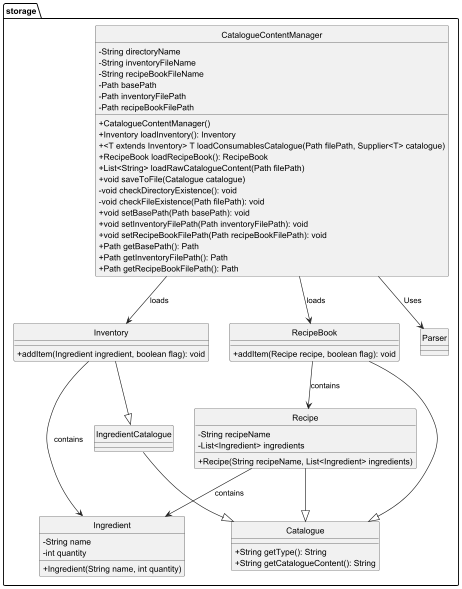
The PlantUML diagram docs/diagrams/storage.png in ChingWhee/tp, before a commit.
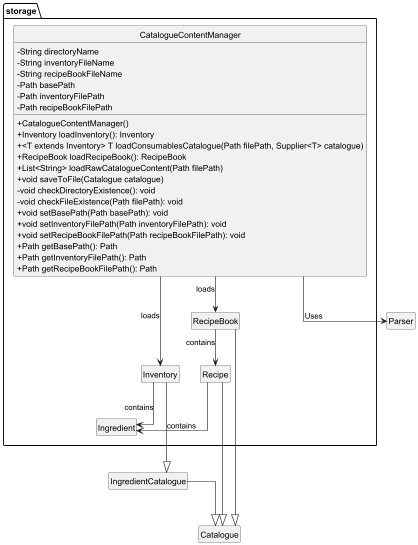
The same diagram one commit later.

Commit message:
Add model and update storage UML diagrams

Change to the diagram source:
```diff
@@ -1,6 +1,10 @@
 @startuml
 hide circle
+hide empty members
 skinparam classAttributeIconSize 0
+
+skinparam linetype polyline
+skinparam linetype ortho
 
 package storage {
     class CatalogueContentManager {
@@ -27,28 +31,22 @@
     }
 
     class Inventory {
-        + addItem(Ingredient ingredient, boolean flag): void
+
     }
 
     class RecipeBook {
-        + addItem(Recipe recipe, boolean flag): void
+
     }
 
     class Ingredient {
-        - String name
-        - int quantity
-        + Ingredient(String name, int quantity)
+
     }
 
     class Recipe {
-        - String recipeName
-        - List<Ingredient> ingredients
-        + Recipe(String recipeName, List<Ingredient> ingredients)
+
     }
 
-    class Catalogue {
-        + String getType(): String
-        + String getCatalogueContent(): String
+
     }
 
     class IngredientCatalogue {
@@ -59,7 +57,7 @@
     Inventory --> Ingredient : contains
     RecipeBook --> Recipe : contains
     Recipe --> Ingredient : contains
-    Inventory --|> IngredientCatalogue
+    Inventory ---|> IngredientCatalogue
     RecipeBook --|> Catalogue
     Recipe --|> Catalogue
     IngredientCatalogue --|> Catalogue
```
